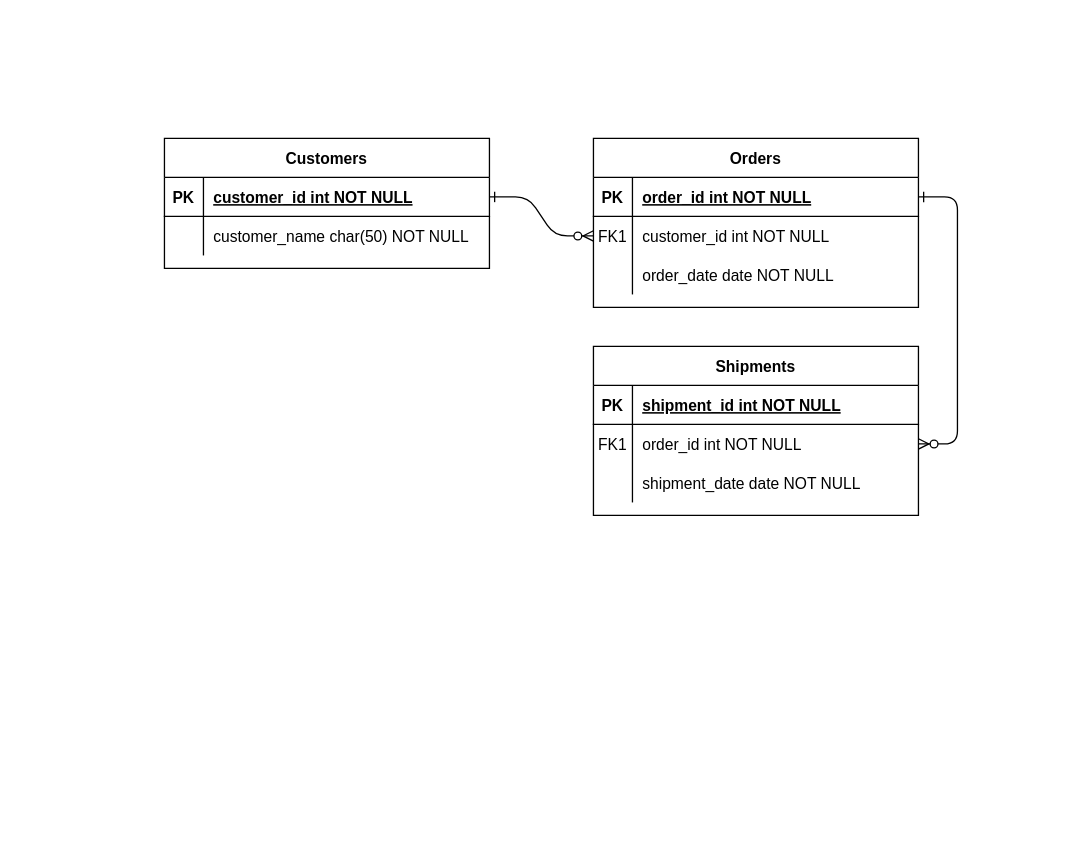
Before: TEyMD M1 examen 5.drawio in Shanleijest/test, a draw.io diagram. Source tidied: cells renumbered, new cells numbered last; positions are measured from the earlier drawing's top-left corner, leaving out a move shared by most shapes. Both pictures are drawn from the tidied source at 130%, with x=0, y=0 at pixel (164, 138).
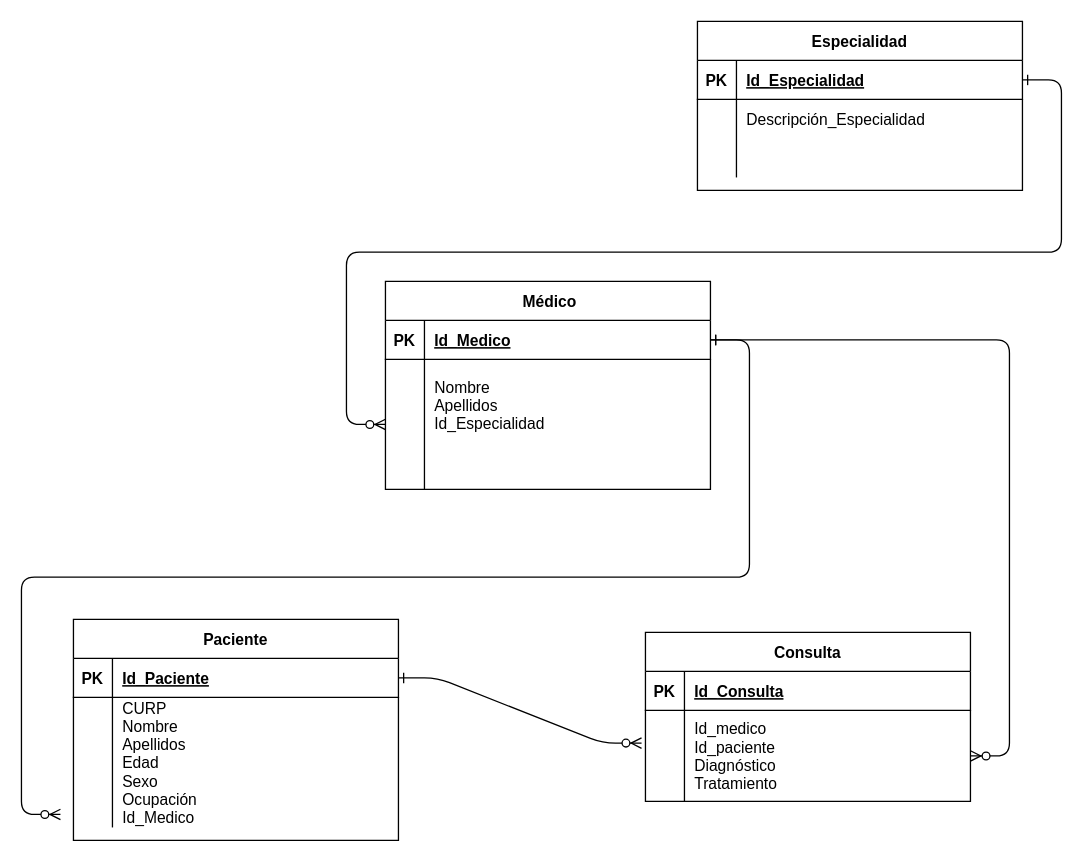
The same diagram, later.

The change refers to these unchanged cells:
```xml
<mxCell id="5" style="shape=partialRectangle;fillColor=none;points=[[0,0.5],[1,0.5]];portConstraint=eastwest;top=0;left=0;right=0;bottom=1;" parent="4" vertex="1">
  <mxGeometry y="30" width="250" height="30" as="geometry" />
</mxCell>
<mxCell id="15" style="shape=partialRectangle;fillColor=none;points=[[0,0.5],[1,0.5]];portConstraint=eastwest;top=0;left=0;right=0;bottom=1;" parent="14" vertex="1">
  <mxGeometry y="30" width="250" height="30" as="geometry" />
</mxCell>
<mxCell id="18" style="shape=partialRectangle;fillColor=none;points=[[0,0.5],[1,0.5]];portConstraint=eastwest;top=0;left=0;right=0;bottom=0;" parent="14" vertex="1">
  <mxGeometry y="60" width="250" height="30" as="geometry" />
</mxCell>
<mxCell id="21" style="shape=partialRectangle;fillColor=none;top=0;left=0;right=0;bottom=0;" parent="14" vertex="1">
  <mxGeometry y="90" width="250" height="30" as="geometry" />
</mxCell>
<mxCell id="25" style="shape=partialRectangle;fillColor=none;points=[[0,0.5],[1,0.5]];portConstraint=eastwest;top=0;left=0;right=0;bottom=1;" parent="24" vertex="1">
  <mxGeometry y="30" width="250" height="30" as="geometry" />
</mxCell>
```

Diff of the diagram source:
```diff
@@
-    <mxCell id="2" style="edgeStyle=entityRelationEdgeStyle;endArrow=ERzeroToMany;startArrow=ERone;endFill=1;startFill=0;" parent="1" edge="1" source="25" target="8">
-      <mxGeometry relative="1" as="geometry" />
+    <mxCell id="2" style="edgeStyle=entityRelationEdgeStyle;endArrow=ERzeroToMany;startArrow=ERone;endFill=1;startFill=0;exitX=1;exitY=0.5;exitDx=0;exitDy=0;" parent="1" edge="1" source="5">
+      <mxGeometry relative="1" as="geometry">
+        <mxPoint x="-80" y="520" as="targetPoint" />
+      </mxGeometry>
     </mxCell>
-    <mxCell id="3" style="edgeStyle=entityRelationEdgeStyle;endArrow=ERzeroToMany;startArrow=ERone;endFill=1;startFill=0;" parent="1" edge="1" source="5" target="18">
-      <mxGeometry relative="1" as="geometry" />
-    </mxCell>
-    <mxCell id="4" value="Orders" style="shape=table;startSize=30;childLayout=tableLayout;rowLines=0;fontStyle=1;align=center;" parent="1" vertex="1">
-      <mxGeometry x="330" width="250" height="130" as="geometry" />
+    <mxCell id="4" value=" Médico" style="shape=table;startSize=30;childLayout=tableLayout;rowLines=0;fontStyle=1;align=center;" parent="1" vertex="1">
+      <mxGeometry x="170" y="110" width="250" height="160" as="geometry" />
     </mxCell>
@@
-    <mxCell id="7" value="order_id int NOT NULL " style="shape=partialRectangle;overflow=hidden;fillColor=none;top=0;left=0;bottom=0;right=0;align=left;spacingLeft=6;fontStyle=5;" parent="5" vertex="1">
+    <mxCell id="7" value="Id_Medico" style="shape=partialRectangle;overflow=hidden;fillColor=none;top=0;left=0;bottom=0;right=0;align=left;spacingLeft=6;fontStyle=5;" parent="5" vertex="1">
       <mxGeometry x="30" width="220" height="30" as="geometry" />
     </mxCell>
     <mxCell id="8" style="shape=partialRectangle;fillColor=none;points=[[0,0.5],[1,0.5]];portConstraint=eastwest;top=0;left=0;right=0;bottom=0;" parent="4" vertex="1">
-      <mxGeometry y="60" width="250" height="30" as="geometry" />
+      <mxGeometry y="60" width="250" height="70" as="geometry" />
     </mxCell>
-    <mxCell id="9" value="FK1" style="shape=partialRectangle;overflow=hidden;fillColor=none;top=0;left=0;bottom=0;right=0;" parent="8" vertex="1">
-      <mxGeometry width="30" height="30" as="geometry" />
+    <mxCell id="9" style="shape=partialRectangle;overflow=hidden;fillColor=none;top=0;left=0;bottom=0;right=0;" parent="8" vertex="1">
+      <mxGeometry width="30" height="70" as="geometry" />
     </mxCell>
-    <mxCell id="10" value="customer_id int NOT NULL" style="shape=partialRectangle;overflow=hidden;fillColor=none;top=0;left=0;bottom=0;right=0;align=left;spacingLeft=6;" parent="8" vertex="1">
-      <mxGeometry x="30" width="220" height="30" as="geometry" />
+    <mxCell id="10" value="Nombre&#10;Apellidos&#10;Id_Especialidad" style="shape=partialRectangle;overflow=hidden;fillColor=none;top=0;left=0;bottom=0;right=0;align=left;spacingLeft=6;" parent="8" vertex="1">
+      <mxGeometry x="30" width="220" height="70" as="geometry" />
     </mxCell>
     <mxCell id="11" style="shape=partialRectangle;fillColor=none;top=0;left=0;right=0;bottom=0;" parent="4" vertex="1">
-      <mxGeometry y="90" width="250" height="30" as="geometry" />
+      <mxGeometry y="130" width="250" height="30" as="geometry" />
     </mxCell>
@@
-    <mxCell id="13" value="order_date date NOT NULL" style="shape=partialRectangle;overflow=hidden;fillColor=none;top=0;left=0;bottom=0;right=0;align=left;spacingLeft=6;" parent="11" vertex="1">
+    <mxCell id="13" style="shape=partialRectangle;overflow=hidden;fillColor=none;top=0;left=0;bottom=0;right=0;align=left;spacingLeft=6;" parent="11" vertex="1">
       <mxGeometry x="30" width="220" height="30" as="geometry" />
     </mxCell>
-    <mxCell id="14" value="Shipments" style="shape=table;startSize=30;childLayout=tableLayout;rowLines=0;fontStyle=1;align=center;" parent="1" vertex="1">
-      <mxGeometry x="330" y="160" width="250" height="130" as="geometry" />
+    <mxCell id="14" value="Especialidad" style="shape=table;startSize=30;childLayout=tableLayout;rowLines=0;fontStyle=1;align=center;" parent="1" vertex="1">
+      <mxGeometry x="410" y="-90" width="250" height="130" as="geometry" />
     </mxCell>
@@
-    <mxCell id="17" value="shipment_id int NOT NULL " style="shape=partialRectangle;overflow=hidden;fillColor=none;top=0;left=0;bottom=0;right=0;align=left;spacingLeft=6;fontStyle=5;" parent="15" vertex="1">
+    <mxCell id="17" value="Id_Especialidad" style="shape=partialRectangle;overflow=hidden;fillColor=none;top=0;left=0;bottom=0;right=0;align=left;spacingLeft=6;fontStyle=5;" parent="15" vertex="1">
       <mxGeometry x="30" width="220" height="30" as="geometry" />
     </mxCell>
@@
-    <mxCell id="19" value="FK1" style="shape=partialRectangle;overflow=hidden;fillColor=none;top=0;left=0;bottom=0;right=0;" parent="18" vertex="1">
+    <mxCell id="19" style="shape=partialRectangle;overflow=hidden;fillColor=none;top=0;left=0;bottom=0;right=0;" parent="18" vertex="1">
       <mxGeometry width="30" height="30" as="geometry" />
     </mxCell>
-    <mxCell id="20" value="order_id int NOT NULL" style="shape=partialRectangle;overflow=hidden;fillColor=none;top=0;left=0;bottom=0;right=0;align=left;spacingLeft=6;" parent="18" vertex="1">
+    <mxCell id="20" value="Descripción_Especialidad" style="shape=partialRectangle;overflow=hidden;fillColor=none;top=0;left=0;bottom=0;right=0;align=left;spacingLeft=6;" parent="18" vertex="1">
       <mxGeometry x="30" width="220" height="30" as="geometry" />
     </mxCell>
@@
-    <mxCell id="23" value="shipment_date date NOT NULL" style="shape=partialRectangle;overflow=hidden;fillColor=none;top=0;left=0;bottom=0;right=0;align=left;spacingLeft=6;" parent="21" vertex="1">
+    <mxCell id="23" style="shape=partialRectangle;overflow=hidden;fillColor=none;top=0;left=0;bottom=0;right=0;align=left;spacingLeft=6;" parent="21" vertex="1">
       <mxGeometry x="30" width="220" height="30" as="geometry" />
     </mxCell>
-    <mxCell id="24" value="Customers" style="shape=table;startSize=30;childLayout=tableLayout;rowLines=0;fontStyle=1;align=center;" parent="1" vertex="1">
-      <mxGeometry width="250" height="100" as="geometry" />
+    <mxCell id="24" value="Paciente" style="shape=table;startSize=30;childLayout=tableLayout;rowLines=0;fontStyle=1;align=center;" parent="1" vertex="1">
+      <mxGeometry x="-70" y="370" width="250" height="170" as="geometry" />
     </mxCell>
@@
-    <mxCell id="27" value="customer_id int NOT NULL " style="shape=partialRectangle;overflow=hidden;fillColor=none;top=0;left=0;bottom=0;right=0;align=left;spacingLeft=6;fontStyle=5;" parent="25" vertex="1">
+    <mxCell id="27" value="Id_Paciente" style="shape=partialRectangle;overflow=hidden;fillColor=none;top=0;left=0;bottom=0;right=0;align=left;spacingLeft=6;fontStyle=5;" parent="25" vertex="1">
       <mxGeometry x="30" width="220" height="30" as="geometry" />
     </mxCell>
     <mxCell id="28" style="shape=partialRectangle;fillColor=none;top=0;left=0;right=0;bottom=0;" parent="24" vertex="1">
-      <mxGeometry y="60" width="250" height="30" as="geometry" />
+      <mxGeometry y="60" width="250" height="100" as="geometry" />
     </mxCell>
     <mxCell id="29" style="shape=partialRectangle;overflow=hidden;fillColor=none;top=0;left=0;bottom=0;right=0;" parent="28" vertex="1">
-      <mxGeometry width="30" height="30" as="geometry" />
+      <mxGeometry width="30" height="100" as="geometry" />
     </mxCell>
-    <mxCell id="30" value="customer_name char(50) NOT NULL" style="shape=partialRectangle;overflow=hidden;fillColor=none;top=0;left=0;bottom=0;right=0;align=left;spacingLeft=6;" parent="28" vertex="1">
-      <mxGeometry x="30" width="220" height="30" as="geometry" />
+    <mxCell id="30" value="CURP&#10;Nombre&#10;Apellidos&#10;Edad &#10;Sexo&#10;Ocupación&#10;Id_Medico" style="shape=partialRectangle;overflow=hidden;fillColor=none;top=0;left=0;bottom=0;right=0;align=left;spacingLeft=6;" parent="28" vertex="1">
+      <mxGeometry x="30" width="220" height="100" as="geometry" />
     </mxCell>
+    <mxCell id="31" value="Consulta" style="shape=table;startSize=30;childLayout=tableLayout;rowLines=0;fontStyle=1;align=center;" parent="1" vertex="1">
+      <mxGeometry x="370" y="380" width="250" height="130" as="geometry" />
+    </mxCell>
+    <mxCell id="32" style="shape=partialRectangle;fillColor=none;top=0;left=0;right=0;bottom=1;" parent="31" vertex="1">
+      <mxGeometry y="30" width="250" height="30" as="geometry" />
+    </mxCell>
+    <mxCell id="33" value="PK" style="shape=partialRectangle;overflow=hidden;fillColor=none;top=0;left=0;bottom=0;right=0;fontStyle=1;" parent="32" vertex="1">
+      <mxGeometry width="30" height="30" as="geometry" />
+    </mxCell>
+    <mxCell id="34" value="Id_Consulta" style="shape=partialRectangle;overflow=hidden;fillColor=none;top=0;left=0;bottom=0;right=0;align=left;spacingLeft=6;fontStyle=5;" parent="32" vertex="1">
+      <mxGeometry x="30" width="220" height="30" as="geometry" />
+    </mxCell>
+    <mxCell id="35" style="shape=partialRectangle;fillColor=none;points=[[0,0.5],[1,0.5]];portConstraint=eastwest;top=0;left=0;right=0;bottom=0;" parent="31" vertex="1">
+      <mxGeometry y="60" width="250" height="70" as="geometry" />
+    </mxCell>
+    <mxCell id="36" style="shape=partialRectangle;overflow=hidden;fillColor=none;top=0;left=0;bottom=0;right=0;" parent="35" vertex="1">
+      <mxGeometry width="30" height="70" as="geometry" />
+    </mxCell>
+    <mxCell id="37" value="Id_medico&#10;Id_paciente&#10;Diagnóstico&#10;Tratamiento" style="shape=partialRectangle;overflow=hidden;fillColor=none;top=0;left=0;bottom=0;right=0;align=left;spacingLeft=6;" parent="35" vertex="1">
+      <mxGeometry x="30" width="220" height="70" as="geometry" />
+    </mxCell>
+    <mxCell id="38" style="edgeStyle=entityRelationEdgeStyle;endArrow=ERzeroToMany;startArrow=ERone;endFill=1;startFill=0;exitX=1;exitY=0.5;exitDx=0;exitDy=0;entryX=-0.012;entryY=0.359;entryDx=0;entryDy=0;entryPerimeter=0;" parent="1" edge="1" source="25" target="35">
+      <mxGeometry relative="1" as="geometry" />
+    </mxCell>
+    <mxCell id="3" style="edgeStyle=entityRelationEdgeStyle;endArrow=ERzeroToMany;startArrow=ERone;endFill=1;startFill=0;exitX=1;exitY=0.5;exitDx=0;exitDy=0;" parent="1" edge="1" source="15">
+      <mxGeometry relative="1" as="geometry">
+        <mxPoint x="170" y="220" as="targetPoint" />
+      </mxGeometry>
+    </mxCell>
+    <mxCell id="39" style="edgeStyle=entityRelationEdgeStyle;endArrow=ERzeroToMany;startArrow=ERone;endFill=1;startFill=0;exitX=1;exitY=0.5;exitDx=0;exitDy=0;" parent="1" edge="1" source="5" target="35">
+      <mxGeometry relative="1" as="geometry" />
+    </mxCell>
```
